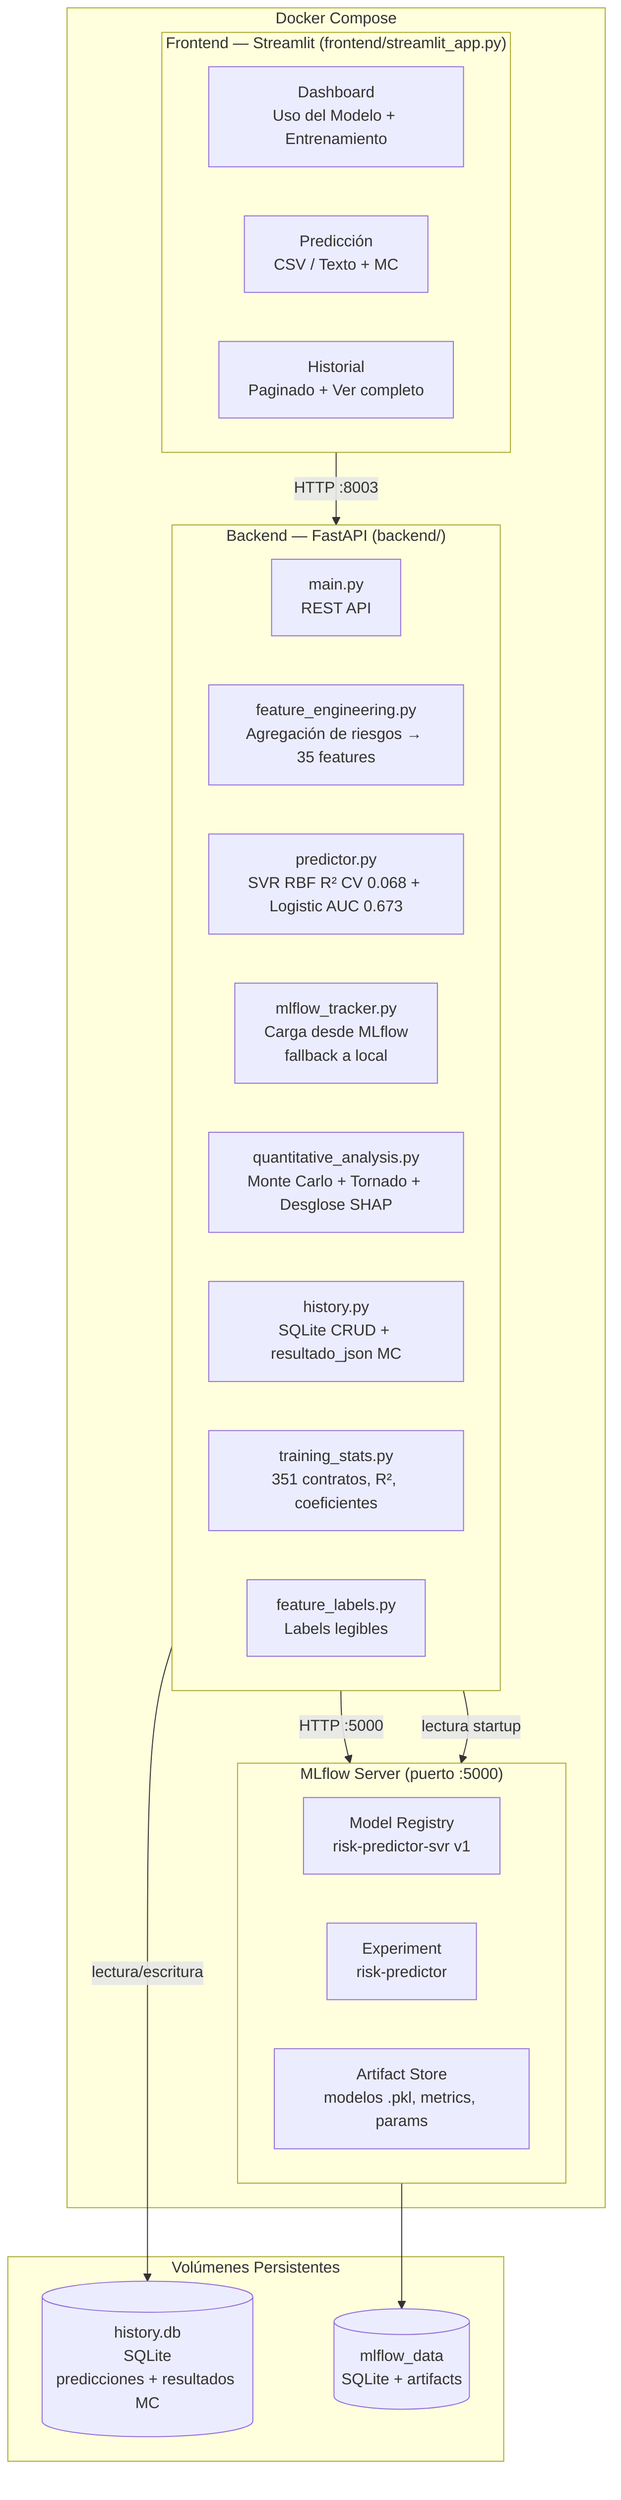
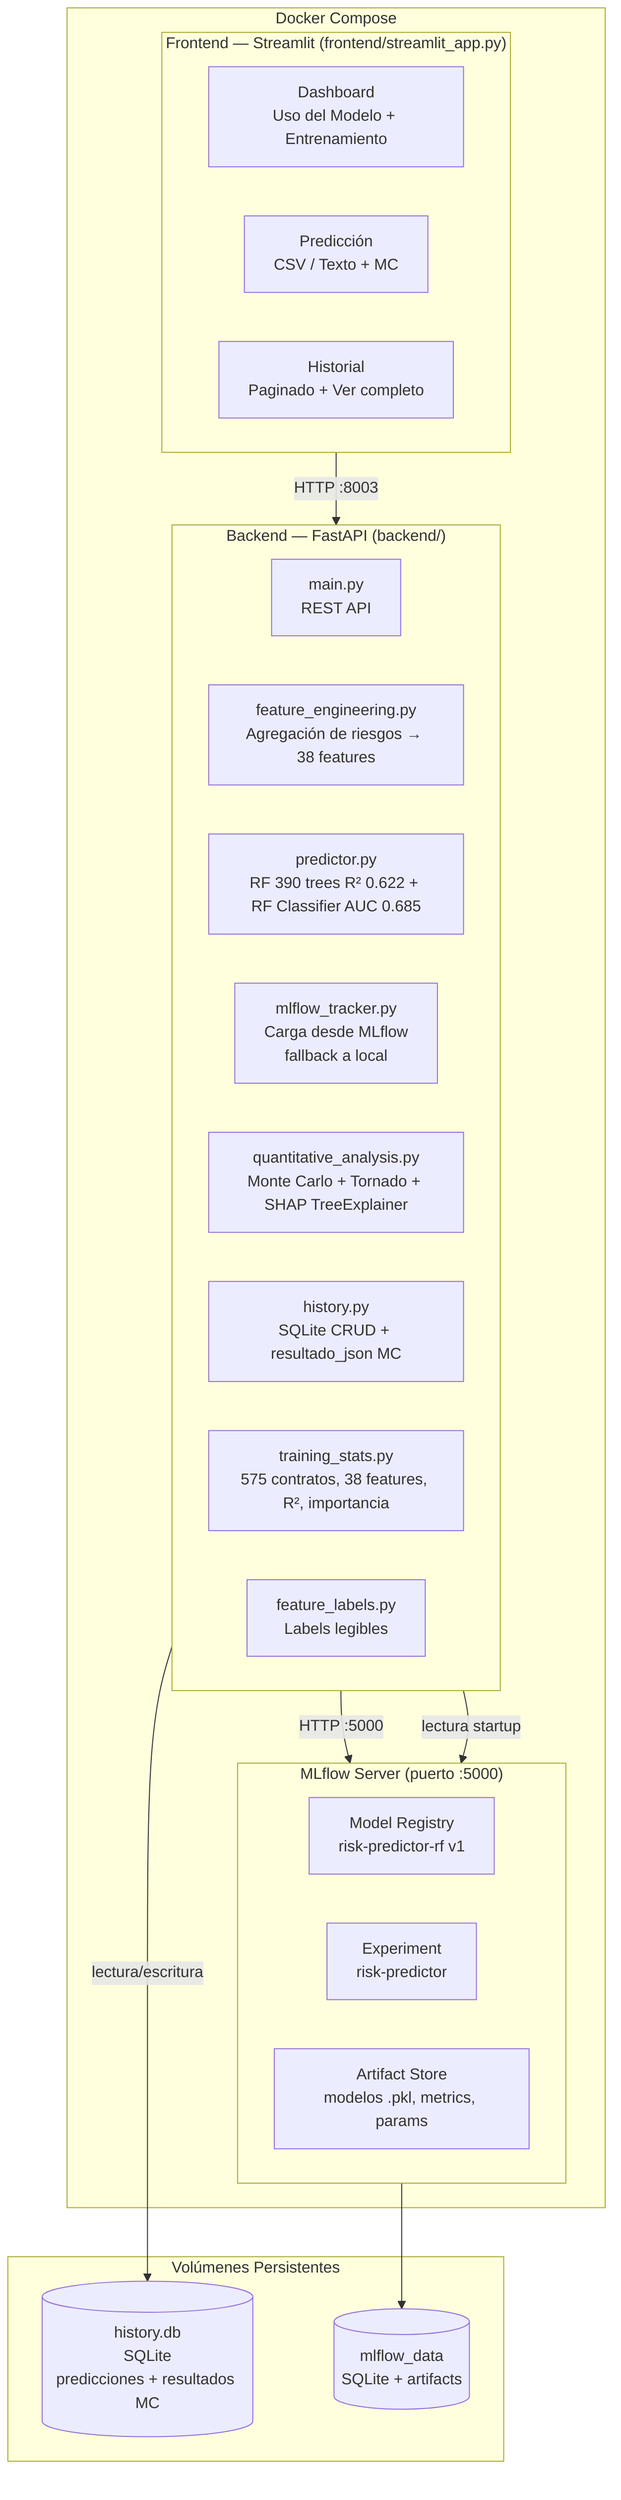
graph TB
    subgraph Docker["Docker Compose"]

        subgraph Frontend["Frontend — Streamlit (frontend/streamlit_app.py)"]
            DASH[Dashboard<br/>Uso del Modelo + Entrenamiento]
            PRED[Predicción<br/>CSV / Texto + MC]
            HIST[Historial<br/>Paginado + Ver completo]
        end

        subgraph Backend["Backend — FastAPI (backend/)"]
            API[main.py<br/>REST API]
-             FE[feature_engineering.py<br/>Agregación de riesgos → 35 features]
-             PREDICT[predictor.py<br/>SVR RBF R² CV 0.068 + Logistic AUC 0.673]
+             FE[feature_engineering.py<br/>Agregación de riesgos → 38 features]
+             PREDICT[predictor.py<br/>RF 390 trees R² 0.622 + RF Classifier AUC 0.685]
            MLF[mlflow_tracker.py<br/>Carga desde MLflow<br/>fallback a local]
-             QA[quantitative_analysis.py<br/>Monte Carlo + Tornado + Desglose SHAP]
+             QA[quantitative_analysis.py<br/>Monte Carlo + Tornado + SHAP TreeExplainer]
            HISTDB[history.py<br/>SQLite CRUD + resultado_json MC]
-             TRAIN[training_stats.py<br/>351 contratos, R², coeficientes]
+             TRAIN[training_stats.py<br/>575 contratos, 38 features, R², importancia]
            LABELS[feature_labels.py<br/>Labels legibles]
        end

        subgraph MLflowSrv["MLflow Server (puerto :5000)"]
-             MLREG[Model Registry<br/>risk-predictor-svr v1]
+             MLREG[Model Registry<br/>risk-predictor-rf v1]
            MLEXP[Experiment<br/>risk-predictor]
            MLART[Artifact Store<br/>modelos .pkl, metrics, params]
        end

    end

    subgraph Volumes["Volúmenes Persistentes"]
        DB[(history.db<br/>SQLite<br/>predicciones + resultados MC)]
        MLDATA[(mlflow_data<br/>SQLite + artifacts)]
    end

    Frontend -->|HTTP :8003| Backend
    Backend -->|HTTP :5000| MLflowSrv
    Backend -->|lectura startup| MLflowSrv
    Backend -->|lectura/escritura| DB
    MLflowSrv --> MLDATA
